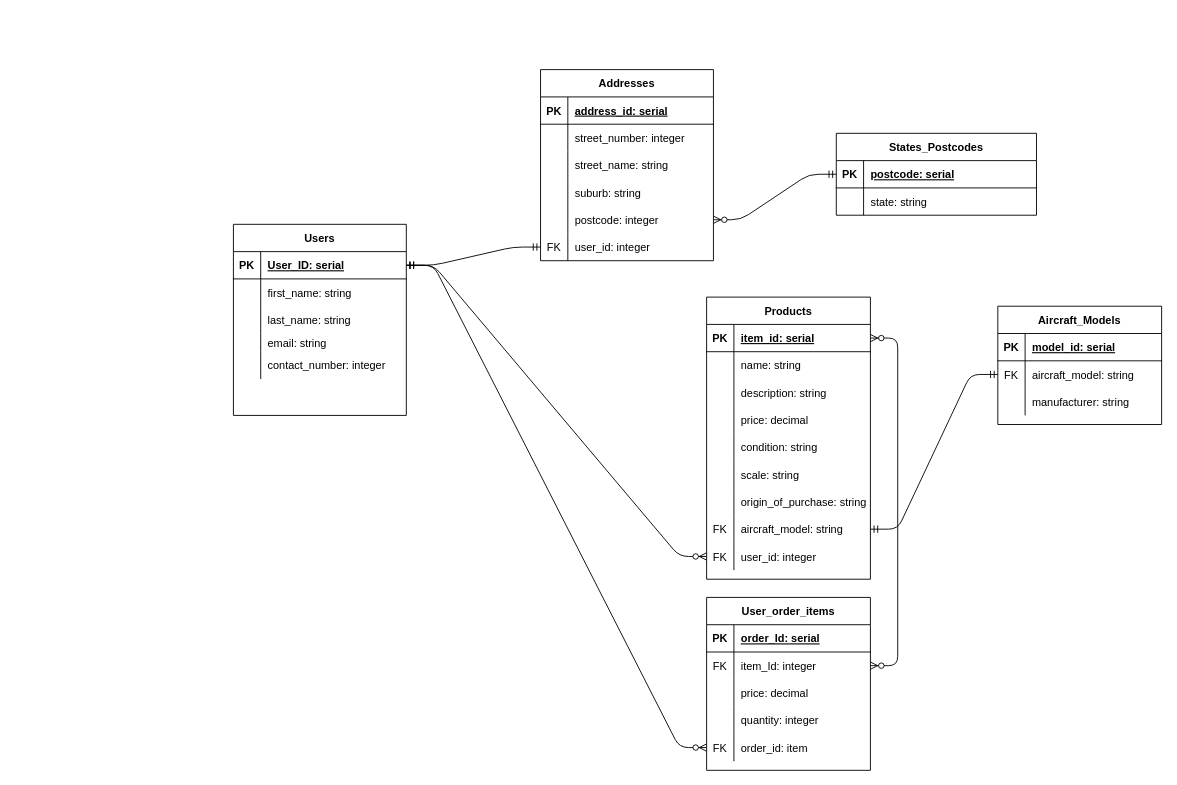
This is docs/Marketplace_ERD-Final_Outcome.drawio from mdart86/Two_Sided_Marketplace_Project, a draw.io file, before an edit. Source tidied: cells renumbered, new cells numbered last; positions are measured from the earlier drawing's top-left corner, leaving out a move shared by most shapes. Both pictures are drawn from the tidied source at 91%, with x=0, y=0 at pixel (233, 69).
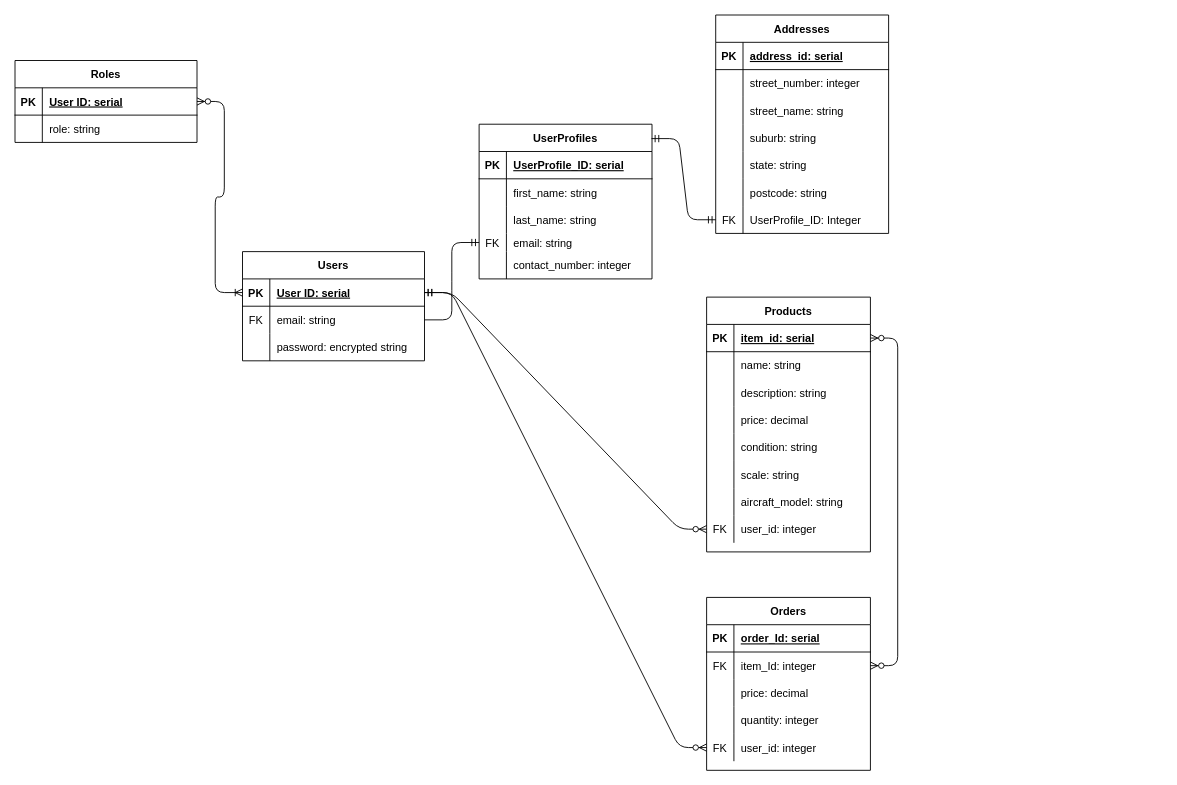
The same diagram, later.

Unchanged cells that the change refers to:
```xml
<mxCell id="3" style="shape=partialRectangle;fillColor=none;top=0;left=0;bottom=1;right=0;points=[[0,0.5],[1,0.5]];portConstraint=eastwest;" parent="2" vertex="1">
  <mxGeometry y="30" width="190" height="30" as="geometry" />
</mxCell>
<mxCell id="12" style="shape=partialRectangle;fillColor=none;top=0;left=0;bottom=0;right=0;points=[[0,0.5],[1,0.5]];portConstraint=eastwest;" parent="2" vertex="1">
  <mxGeometry y="120" width="190" height="20" as="geometry" />
</mxCell>
<mxCell id="31" style="shape=partialRectangle;fillColor=none;top=0;left=0;bottom=0;right=0;points=[[0,0.5],[1,0.5]];portConstraint=eastwest;" parent="18" vertex="1">
  <mxGeometry y="150" width="190" height="30" as="geometry" />
</mxCell>
<mxCell id="34" style="shape=partialRectangle;fillColor=none;top=0;left=0;bottom=0;right=0;points=[[0,0.5],[1,0.5]];portConstraint=eastwest;" parent="18" vertex="1">
  <mxGeometry y="180" width="190" height="30" as="geometry" />
</mxCell>
<mxCell id="57" style="shape=partialRectangle;fillColor=none;top=0;left=0;bottom=0;right=0;points=[[0,0.5],[1,0.5]];portConstraint=eastwest;" parent="44" vertex="1">
  <mxGeometry y="150" width="180" height="30" as="geometry" />
</mxCell>
```

Diff of the diagram source:
```diff
@@
-    <mxCell id="2" value="Users" style="shape=table;startSize=30;childLayout=tableLayout;rowLines=0;fontStyle=1;align=center;" parent="1" vertex="1">
-      <mxGeometry y="170" width="190" height="210" as="geometry" />
+    <mxCell id="2" value="UserProfiles" style="shape=table;startSize=30;childLayout=tableLayout;rowLines=0;fontStyle=1;align=center;" parent="1" vertex="1">
+      <mxGeometry x="270" y="60" width="190" height="170" as="geometry" />
     </mxCell>
@@
-    <mxCell id="5" value="User_ID: serial" style="shape=partialRectangle;fillColor=none;top=0;left=0;bottom=0;right=0;align=left;spacingLeft=6;fontStyle=5;overflow=hidden;" parent="3" vertex="1">
+    <mxCell id="5" value="UserProfile_ID: serial" style="shape=partialRectangle;fillColor=none;top=0;left=0;bottom=0;right=0;align=left;spacingLeft=6;fontStyle=5;overflow=hidden;" parent="3" vertex="1">
       <mxGeometry x="30" width="160" height="30" as="geometry" />
     </mxCell>
@@
-    <mxCell id="13" style="shape=partialRectangle;fillColor=none;top=0;left=0;bottom=0;right=0;overflow=hidden;" parent="12" vertex="1">
+    <mxCell id="13" value="FK" style="shape=partialRectangle;fillColor=none;top=0;left=0;bottom=0;right=0;overflow=hidden;" parent="12" vertex="1">
       <mxGeometry width="30" height="20" as="geometry" />
     </mxCell>
@@
     <mxCell id="18" value="Addresses" style="shape=table;startSize=30;childLayout=tableLayout;rowLines=0;fontStyle=1;align=center;" parent="1" vertex="1">
-      <mxGeometry x="337.5" width="190" height="210" as="geometry" />
+      <mxGeometry x="530" y="-60" width="190" height="240" as="geometry" />
     </mxCell>
@@
-    <mxCell id="33" value="postcode: integer" style="shape=partialRectangle;fillColor=none;top=0;left=0;bottom=0;right=0;align=left;spacingLeft=6;overflow=hidden;" parent="31" vertex="1">
+    <mxCell id="33" value="state: string" style="shape=partialRectangle;fillColor=none;top=0;left=0;bottom=0;right=0;align=left;spacingLeft=6;overflow=hidden;" parent="31" vertex="1">
       <mxGeometry x="30" width="160" height="30" as="geometry" />
     </mxCell>
@@
-    <mxCell id="35" value="FK" style="shape=partialRectangle;fillColor=none;top=0;left=0;bottom=0;right=0;overflow=hidden;" parent="34" vertex="1">
+    <mxCell id="35" style="shape=partialRectangle;fillColor=none;top=0;left=0;bottom=0;right=0;overflow=hidden;" parent="34" vertex="1">
       <mxGeometry width="30" height="30" as="geometry" />
     </mxCell>
-    <mxCell id="36" value="user_id: integer" style="shape=partialRectangle;fillColor=none;top=0;left=0;bottom=0;right=0;align=left;spacingLeft=6;overflow=hidden;" parent="34" vertex="1">
+    <mxCell id="36" value="postcode: string" style="shape=partialRectangle;fillColor=none;top=0;left=0;bottom=0;right=0;align=left;spacingLeft=6;overflow=hidden;" parent="34" vertex="1">
       <mxGeometry x="30" width="160" height="30" as="geometry" />
     </mxCell>
-    <mxCell id="37" value="States_Postcodes" style="shape=table;startSize=30;childLayout=tableLayout;rowLines=0;fontStyle=1;align=center;" parent="1" vertex="1">
-      <mxGeometry x="662.5" y="70" width="220" height="90" as="geometry" />
-    </mxCell>
-    <mxCell id="38" style="shape=partialRectangle;fillColor=none;top=0;left=0;bottom=1;right=0;points=[[0,0.5],[1,0.5]];portConstraint=eastwest;" parent="37" vertex="1">
-      <mxGeometry y="30" width="220" height="30" as="geometry" />
-    </mxCell>
-    <mxCell id="39" value="PK" style="shape=partialRectangle;fillColor=none;top=0;left=0;bottom=0;right=0;fontStyle=1;overflow=hidden;" parent="38" vertex="1">
-      <mxGeometry width="30" height="30" as="geometry" />
-    </mxCell>
-    <mxCell id="40" value="postcode: serial" style="shape=partialRectangle;fillColor=none;top=0;left=0;bottom=0;right=0;align=left;spacingLeft=6;fontStyle=5;overflow=hidden;" parent="38" vertex="1">
-      <mxGeometry x="30" width="190" height="30" as="geometry" />
-    </mxCell>
-    <mxCell id="41" style="shape=partialRectangle;fillColor=none;top=0;left=0;bottom=0;right=0;" parent="37" vertex="1">
-      <mxGeometry y="60" width="220" height="30" as="geometry" />
-    </mxCell>
-    <mxCell id="42" style="shape=partialRectangle;fillColor=none;top=0;left=0;bottom=0;right=0;overflow=hidden;" parent="41" vertex="1">
-      <mxGeometry width="30" height="30" as="geometry" />
-    </mxCell>
-    <mxCell id="43" value="state: string" style="shape=partialRectangle;fillColor=none;top=0;left=0;bottom=0;right=0;align=left;spacingLeft=6;overflow=hidden;" parent="41" vertex="1">
-      <mxGeometry x="30" width="190" height="30" as="geometry" />
-    </mxCell>
+    <mxCell id="105" style="shape=partialRectangle;fillColor=none;top=0;left=0;bottom=0;right=0;points=[[0,0.5],[1,0.5]];portConstraint=eastwest;" parent="18" vertex="1">
+      <mxGeometry y="210" width="190" height="30" as="geometry" />
+    </mxCell>
+    <mxCell id="106" value="FK" style="shape=partialRectangle;fillColor=none;top=0;left=0;bottom=0;right=0;overflow=hidden;" parent="105" vertex="1">
+      <mxGeometry width="30" height="30" as="geometry" />
+    </mxCell>
+    <mxCell id="107" value="UserProfile_ID: Integer" style="shape=partialRectangle;fillColor=none;top=0;left=0;bottom=0;right=0;align=left;spacingLeft=6;overflow=hidden;" parent="105" vertex="1">
+      <mxGeometry x="30" width="160" height="30" as="geometry" />
+    </mxCell>
-    <mxCell id="44" value="User_order_items" style="shape=table;startSize=30;childLayout=tableLayout;rowLines=0;fontStyle=1;align=center;" parent="1" vertex="1">
+    <mxCell id="44" value="Orders" style="shape=table;startSize=30;childLayout=tableLayout;rowLines=0;fontStyle=1;align=center;" parent="1" vertex="1">
       <mxGeometry x="520" y="580" width="180" height="190" as="geometry" />
     </mxCell>
@@
-    <mxCell id="59" value="order_id: item" style="shape=partialRectangle;fillColor=none;top=0;left=0;bottom=0;right=0;align=left;spacingLeft=6;overflow=hidden;" parent="57" vertex="1">
+    <mxCell id="59" value="user_id: integer" style="shape=partialRectangle;fillColor=none;top=0;left=0;bottom=0;right=0;align=left;spacingLeft=6;overflow=hidden;" parent="57" vertex="1">
       <mxGeometry x="30" width="150" height="30" as="geometry" />
     </mxCell>
     <mxCell id="60" value="Products" style="shape=table;startSize=30;childLayout=tableLayout;rowLines=0;fontStyle=1;align=center;" parent="1" vertex="1">
-      <mxGeometry x="520" y="250" width="180" height="310" as="geometry" />
+      <mxGeometry x="520" y="250" width="180" height="280" as="geometry" />
     </mxCell>
@@
-    <mxCell id="79" style="shape=partialRectangle;fillColor=none;top=0;left=0;bottom=0;right=0;" parent="60" vertex="1">
-      <mxGeometry y="210" width="180" height="30" as="geometry" />
-    </mxCell>
-    <mxCell id="80" style="shape=partialRectangle;fillColor=none;top=0;left=0;bottom=0;right=0;overflow=hidden;" parent="79" vertex="1">
-      <mxGeometry width="30" height="30" as="geometry" />
-    </mxCell>
-    <mxCell id="81" value="origin_of_purchase: string" style="shape=partialRectangle;fillColor=none;top=0;left=0;bottom=0;right=0;align=left;spacingLeft=6;overflow=hidden;" parent="79" vertex="1">
-      <mxGeometry x="30" width="150" height="30" as="geometry" />
-    </mxCell>
     <mxCell id="82" style="shape=partialRectangle;fillColor=none;top=0;left=0;bottom=0;right=0;points=[[0,0.5],[1,0.5]];portConstraint=eastwest;" parent="60" vertex="1">
-      <mxGeometry y="240" width="180" height="30" as="geometry" />
+      <mxGeometry y="210" width="180" height="30" as="geometry" />
     </mxCell>
-    <mxCell id="83" value="FK" style="shape=partialRectangle;fillColor=none;top=0;left=0;bottom=0;right=0;overflow=hidden;" parent="82" vertex="1">
+    <mxCell id="83" style="shape=partialRectangle;fillColor=none;top=0;left=0;bottom=0;right=0;overflow=hidden;" parent="82" vertex="1">
       <mxGeometry width="30" height="30" as="geometry" />
     </mxCell>
@@
     <mxCell id="85" style="shape=partialRectangle;fillColor=none;top=0;left=0;bottom=0;right=0;points=[[0,0.5],[1,0.5]];portConstraint=eastwest;" parent="60" vertex="1">
-      <mxGeometry y="270" width="180" height="30" as="geometry" />
+      <mxGeometry y="240" width="180" height="30" as="geometry" />
     </mxCell>
@@
-    <mxCell id="88" style="edgeStyle=entityRelationEdgeStyle;fontSize=12;html=1;endArrow=ERzeroToMany;startArrow=ERmandOne;exitX=0;exitY=0.5;exitDx=0;exitDy=0;" parent="1" edge="1" source="38" target="31">
-      <mxGeometry relative="1" as="geometry" />
-    </mxCell>
-    <mxCell id="89" style="edgeStyle=entityRelationEdgeStyle;fontSize=12;html=1;endArrow=ERmandOne;startArrow=ERmandOne;entryX=0;entryY=0.5;entryDx=0;entryDy=0;exitX=1;exitY=0.5;exitDx=0;exitDy=0;" parent="1" edge="1" source="3" target="34">
-      <mxGeometry relative="1" as="geometry" />
-    </mxCell>
-    <mxCell id="90" style="edgeStyle=entityRelationEdgeStyle;fontSize=12;html=1;endArrow=ERzeroToMany;startArrow=ERmandOne;" parent="1" edge="1" source="3" target="57">
+    <mxCell id="90" style="edgeStyle=entityRelationEdgeStyle;fontSize=12;html=1;endArrow=ERzeroToMany;startArrow=ERmandOne;exitX=1;exitY=0.5;exitDx=0;exitDy=0;" parent="1" edge="1" source="109" target="57">
       <mxGeometry relative="1" as="geometry" />
     </mxCell>
@@
-    <mxCell id="92" style="edgeStyle=entityRelationEdgeStyle;fontSize=12;html=1;endArrow=ERzeroToMany;startArrow=ERmandOne;exitX=1;exitY=0.5;exitDx=0;exitDy=0;entryX=0;entryY=0.5;entryDx=0;entryDy=0;" parent="1" edge="1" source="3" target="85">
+    <mxCell id="92" style="edgeStyle=entityRelationEdgeStyle;fontSize=12;html=1;endArrow=ERzeroToMany;startArrow=ERmandOne;exitX=1;exitY=0.5;exitDx=0;exitDy=0;entryX=0;entryY=0.5;entryDx=0;entryDy=0;" parent="1" edge="1" source="109" target="85">
       <mxGeometry relative="1" as="geometry" />
     </mxCell>
@@
-    <mxCell id="94" value="Aircraft_Models" style="shape=table;startSize=30;childLayout=tableLayout;rowLines=0;fontStyle=1;align=center;" parent="1" vertex="1">
-      <mxGeometry x="840" y="260" width="180" height="130" as="geometry" />
-    </mxCell>
-    <mxCell id="95" style="shape=partialRectangle;fillColor=none;top=0;left=0;bottom=1;right=0;" parent="94" vertex="1">
-      <mxGeometry y="30" width="180" height="30" as="geometry" />
-    </mxCell>
-    <mxCell id="96" value="PK" style="shape=partialRectangle;fillColor=none;top=0;left=0;bottom=0;right=0;fontStyle=1;overflow=hidden;" parent="95" vertex="1">
-      <mxGeometry width="30" height="30" as="geometry" />
-    </mxCell>
-    <mxCell id="97" value="model_id: serial" style="shape=partialRectangle;fillColor=none;top=0;left=0;bottom=0;right=0;align=left;spacingLeft=6;fontStyle=5;overflow=hidden;" parent="95" vertex="1">
-      <mxGeometry x="30" width="150" height="30" as="geometry" />
-    </mxCell>
-    <mxCell id="98" style="shape=partialRectangle;fillColor=none;top=0;left=0;bottom=0;right=0;points=[[0,0.5],[1,0.5]];portConstraint=eastwest;" parent="94" vertex="1">
-      <mxGeometry y="60" width="180" height="30" as="geometry" />
-    </mxCell>
-    <mxCell id="99" value="FK" style="shape=partialRectangle;fillColor=none;top=0;left=0;bottom=0;right=0;overflow=hidden;" parent="98" vertex="1">
-      <mxGeometry width="30" height="30" as="geometry" />
-    </mxCell>
-    <mxCell id="100" value="aircraft_model: string" style="shape=partialRectangle;fillColor=none;top=0;left=0;bottom=0;right=0;align=left;spacingLeft=6;overflow=hidden;" parent="98" vertex="1">
-      <mxGeometry x="30" width="150" height="30" as="geometry" />
-    </mxCell>
-    <mxCell id="101" style="shape=partialRectangle;fillColor=none;top=0;left=0;bottom=0;right=0;" parent="94" vertex="1">
-      <mxGeometry y="90" width="180" height="30" as="geometry" />
-    </mxCell>
-    <mxCell id="102" style="shape=partialRectangle;fillColor=none;top=0;left=0;bottom=0;right=0;overflow=hidden;" parent="101" vertex="1">
-      <mxGeometry width="30" height="30" as="geometry" />
-    </mxCell>
-    <mxCell id="103" value="manufacturer: string" style="shape=partialRectangle;fillColor=none;top=0;left=0;bottom=0;right=0;align=left;spacingLeft=6;overflow=hidden;" parent="101" vertex="1">
-      <mxGeometry x="30" width="150" height="30" as="geometry" />
-    </mxCell>
-    <mxCell id="104" style="edgeStyle=entityRelationEdgeStyle;fontSize=12;html=1;endArrow=ERmandOne;startArrow=ERmandOne;exitX=1;exitY=0.5;exitDx=0;exitDy=0;" parent="1" edge="1" source="82" target="98">
-      <mxGeometry relative="1" as="geometry" />
-    </mxCell>
+    <mxCell id="108" value="Users" style="shape=table;startSize=30;childLayout=tableLayout;rowLines=0;fontStyle=1;align=center;" parent="1" vertex="1">
+      <mxGeometry x="10" y="200" width="200" height="120" as="geometry" />
+    </mxCell>
+    <mxCell id="109" style="shape=partialRectangle;fillColor=none;top=0;left=0;bottom=1;right=0;points=[[0,0.5],[1,0.5]];portConstraint=eastwest;" parent="108" vertex="1">
+      <mxGeometry y="30" width="200" height="30" as="geometry" />
+    </mxCell>
+    <mxCell id="110" value="PK" style="shape=partialRectangle;fillColor=none;top=0;left=0;bottom=0;right=0;fontStyle=1;overflow=hidden;" parent="109" vertex="1">
+      <mxGeometry width="30" height="30" as="geometry" />
+    </mxCell>
+    <mxCell id="111" value="User ID: serial" style="shape=partialRectangle;fillColor=none;top=0;left=0;bottom=0;right=0;align=left;spacingLeft=6;fontStyle=5;overflow=hidden;" parent="109" vertex="1">
+      <mxGeometry x="30" width="170" height="30" as="geometry" />
+    </mxCell>
+    <mxCell id="112" style="shape=partialRectangle;fillColor=none;top=0;left=0;bottom=0;right=0;points=[[0,0.5],[1,0.5]];portConstraint=eastwest;" parent="108" vertex="1">
+      <mxGeometry y="60" width="200" height="30" as="geometry" />
+    </mxCell>
+    <mxCell id="113" value="FK" style="shape=partialRectangle;fillColor=none;top=0;left=0;bottom=0;right=0;overflow=hidden;" parent="112" vertex="1">
+      <mxGeometry width="30" height="30" as="geometry" />
+    </mxCell>
+    <mxCell id="114" value="email: string" style="shape=partialRectangle;fillColor=none;top=0;left=0;bottom=0;right=0;align=left;spacingLeft=6;overflow=hidden;" parent="112" vertex="1">
+      <mxGeometry x="30" width="170" height="30" as="geometry" />
+    </mxCell>
+    <mxCell id="115" style="shape=partialRectangle;fillColor=none;top=0;left=0;bottom=0;right=0;" parent="108" vertex="1">
+      <mxGeometry y="90" width="200" height="30" as="geometry" />
+    </mxCell>
+    <mxCell id="116" style="shape=partialRectangle;fillColor=none;top=0;left=0;bottom=0;right=0;overflow=hidden;" parent="115" vertex="1">
+      <mxGeometry width="30" height="30" as="geometry" />
+    </mxCell>
+    <mxCell id="117" value="password: encrypted string" style="shape=partialRectangle;fillColor=none;top=0;left=0;bottom=0;right=0;align=left;spacingLeft=6;overflow=hidden;" parent="115" vertex="1">
+      <mxGeometry x="30" width="170" height="30" as="geometry" />
+    </mxCell>
+    <mxCell id="118" style="edgeStyle=entityRelationEdgeStyle;fontSize=12;html=1;endArrow=ERmandOne;exitX=1;exitY=0.5;exitDx=0;exitDy=0;entryX=0;entryY=0.5;entryDx=0;entryDy=0;" parent="1" edge="1" source="112" target="12">
+      <mxGeometry relative="1" as="geometry" />
+    </mxCell>
+    <mxCell id="119" value="Roles" style="shape=table;startSize=30;childLayout=tableLayout;rowLines=0;fontStyle=1;align=center;" parent="1" vertex="1">
+      <mxGeometry x="-240" y="-10" width="200" height="90" as="geometry" />
+    </mxCell>
+    <mxCell id="120" style="shape=partialRectangle;fillColor=none;top=0;left=0;bottom=1;right=0;points=[[0,0.5],[1,0.5]];portConstraint=eastwest;" parent="119" vertex="1">
+      <mxGeometry y="30" width="200" height="30" as="geometry" />
+    </mxCell>
+    <mxCell id="121" value="PK" style="shape=partialRectangle;fillColor=none;top=0;left=0;bottom=0;right=0;fontStyle=1;overflow=hidden;" parent="120" vertex="1">
+      <mxGeometry width="30" height="30" as="geometry" />
+    </mxCell>
+    <mxCell id="122" value="User ID: serial" style="shape=partialRectangle;fillColor=none;top=0;left=0;bottom=0;right=0;align=left;spacingLeft=6;fontStyle=5;overflow=hidden;" parent="120" vertex="1">
+      <mxGeometry x="30" width="170" height="30" as="geometry" />
+    </mxCell>
+    <mxCell id="123" style="shape=partialRectangle;fillColor=none;top=0;left=0;bottom=0;right=0;" parent="119" vertex="1">
+      <mxGeometry y="60" width="200" height="30" as="geometry" />
+    </mxCell>
+    <mxCell id="124" style="shape=partialRectangle;fillColor=none;top=0;left=0;bottom=0;right=0;overflow=hidden;" parent="123" vertex="1">
+      <mxGeometry width="30" height="30" as="geometry" />
+    </mxCell>
+    <mxCell id="125" value="role: string" style="shape=partialRectangle;fillColor=none;top=0;left=0;bottom=0;right=0;align=left;spacingLeft=6;overflow=hidden;" parent="123" vertex="1">
+      <mxGeometry x="30" width="170" height="30" as="geometry" />
+    </mxCell>
+    <mxCell id="126" style="edgeStyle=entityRelationEdgeStyle;fontSize=12;html=1;endArrow=ERoneToMany;startArrow=ERzeroToMany;exitX=1;exitY=0.5;exitDx=0;exitDy=0;entryX=0;entryY=0.5;entryDx=0;entryDy=0;" parent="1" edge="1" source="120" target="109">
+      <mxGeometry relative="1" as="geometry" />
+    </mxCell>
+    <mxCell id="127" style="edgeStyle=entityRelationEdgeStyle;fontSize=12;html=1;endArrow=ERmandOne;startArrow=ERmandOne;entryX=0;entryY=0.5;entryDx=0;entryDy=0;exitX=0.997;exitY=0.093;exitDx=0;exitDy=0;exitPerimeter=0;" parent="1" edge="1" source="2" target="105">
+      <mxGeometry relative="1" as="geometry" />
+    </mxCell>
```
